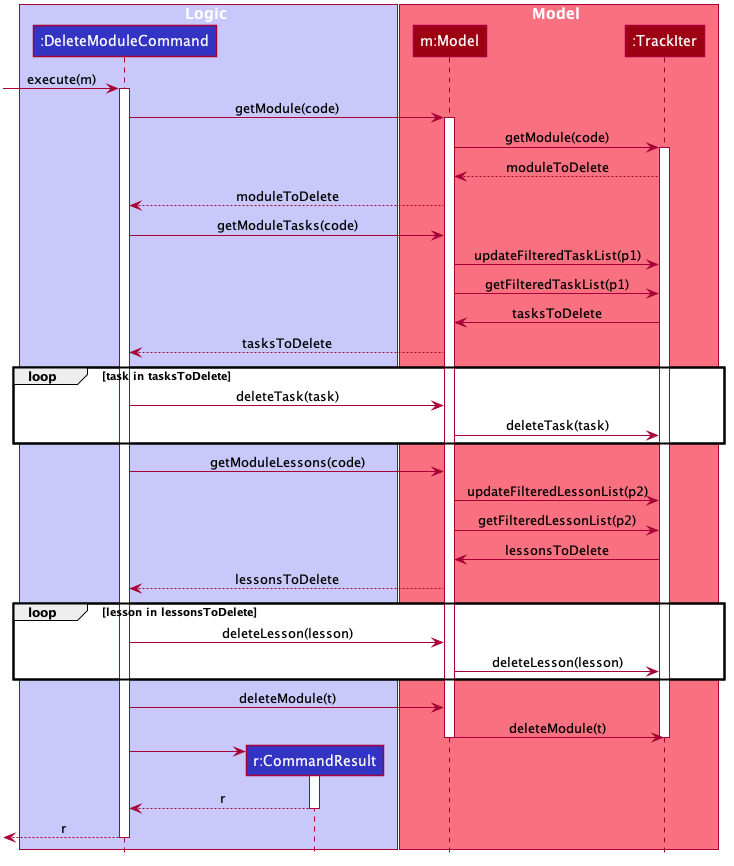
Before: docs/images/DeleteModuleSequenceDiagram.png, a diagram exported from PlantUML (simonteozw/tp). Source of this version:
```plantuml
@startuml








skinparam BackgroundColor #FFFFFFF

skinparam Shadowing false

skinparam Class {
    FontColor #FFFFFF
    BorderThickness 1
    BorderColor #FFFFFF
    StereotypeFontColor #FFFFFF
    FontName Arial
    AttributeFontColor #FFFFFF
    AttributeIconSize 0
}

skinparam Actor {
    BorderColor #000000
    Color #000000
    FontName Arial
}

skinparam Sequence {
    MessageAlign center
    BoxFontSize 15
    BoxPadding 0
    BoxFontColor #FFFFFF
    FontName Arial
}

skinparam Participant {
    FontColor #FFFFFFF
    Padding 20
}

skinparam MinClassWidth 50
skinparam ParticipantPadding 10
skinparam Shadowing false
skinparam DefaultTextAlignment center
skinparam packageStyle Rectangle

hide footbox
hide members
hide circle

box Logic #C8C8FA
participant ":DeleteModuleCommand" as DeleteModuleCommand #3333C4
participant "r:CommandResult" as CommandResult #3333C4
end box

box Model #F97181
participant "m:Model" as Model #9D0012
participant ":TrackIter" as TrackIter #9D0012
end box

[-> DeleteModuleCommand : execute(m)
activate DeleteModuleCommand

DeleteModuleCommand -> Model : getModule(code)
activate Model
Model -> TrackIter : getModule(code)
activate TrackIter
TrackIter --> Model : moduleToDelete
Model --> DeleteModuleCommand : moduleToDelete

DeleteModuleCommand -> Model : getModuleTasks(code)
Model -> TrackIter : updateFilteredTaskList(p1)
Model -> TrackIter : getFilteredTaskList(p1)
TrackIter -> Model : tasksToDelete
Model --> DeleteModuleCommand : tasksToDelete

loop task in tasksToDelete
    DeleteModuleCommand -> Model : deleteTask(task)
    Model -> TrackIter : deleteTask(task)
end

DeleteModuleCommand -> Model : getModuleLessons(code)
Model -> TrackIter : updateFilteredLessonList(p2)
Model -> TrackIter : getFilteredLessonList(p2)
TrackIter -> Model : lessonsToDelete
Model --> DeleteModuleCommand : lessonsToDelete

loop lesson in lessonsToDelete
    DeleteModuleCommand -> Model : deleteLesson(lesson)
    Model -> TrackIter : deleteLesson(lesson)
end

DeleteModuleCommand -> Model : deleteModule(t)

Model -> TrackIter : deleteModule(t)


deactivate TrackIter

deactivate Model

create CommandResult
DeleteModuleCommand -> CommandResult
activate CommandResult

CommandResult --> DeleteModuleCommand : r
deactivate CommandResult

[<--DeleteModuleCommand : r
deactivate DeleteModuleCommand

@enduml
```
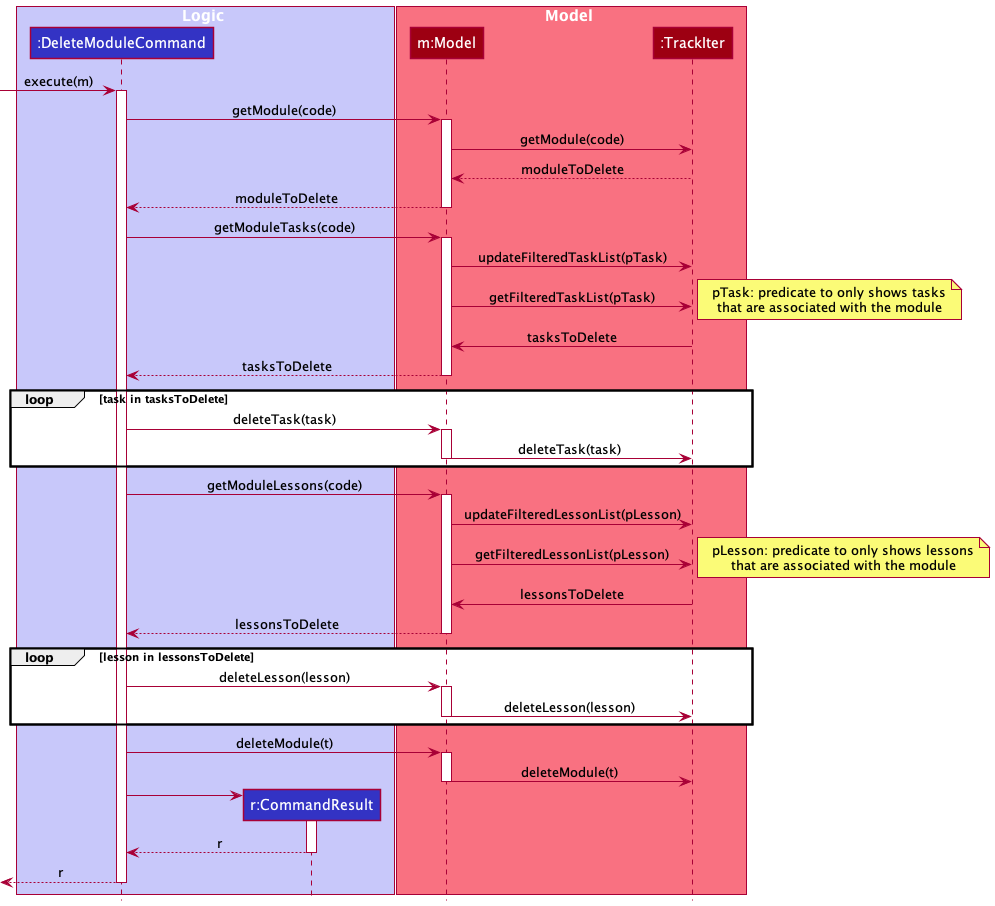
The same file after the commit.

Change to the diagram source:
```diff
@@ -1,63 +1,14 @@
 @startuml
+!include style.puml
 
-
-
-
-
-
-
-
-skinparam BackgroundColor #FFFFFFF
-
-skinparam Shadowing false
-
-skinparam Class {
-    FontColor #FFFFFF
-    BorderThickness 1
-    BorderColor #FFFFFF
-    StereotypeFontColor #FFFFFF
-    FontName Arial
-    AttributeFontColor #FFFFFF
-    AttributeIconSize 0
-}
-
-skinparam Actor {
-    BorderColor #000000
-    Color #000000
-    FontName Arial
-}
-
-skinparam Sequence {
-    MessageAlign center
-    BoxFontSize 15
-    BoxPadding 0
-    BoxFontColor #FFFFFF
-    FontName Arial
-}
-
-skinparam Participant {
-    FontColor #FFFFFFF
-    Padding 20
-}
-
-skinparam MinClassWidth 50
-skinparam ParticipantPadding 10
-skinparam Shadowing false
-skinparam DefaultTextAlignment center
-skinparam packageStyle Rectangle
-
-hide footbox
-hide members
-hide circle
-
-box Logic #C8C8FA
-participant ":DeleteModuleCommand" as DeleteModuleCommand #3333C4
-participant "r:CommandResult" as CommandResult #3333C4
+box Logic LOGIC_COLOR_T1
+participant ":DeleteModuleCommand" as DeleteModuleCommand LOGIC_COLOR
+participant "r:CommandResult" as CommandResult LOGIC_COLOR
 end box
 
-box Model #F97181
-participant "m:Model" as Model #9D0012
-participant ":TrackIter" as TrackIter #9D0012
+box Model MODEL_COLOR_T1
+participant "m:Model" as Model MODEL_COLOR
+participant ":TrackIter" as TrackIter MODEL_COLOR
 end box
 
 [-> DeleteModuleCommand : execute(m)
@@ -66,40 +17,54 @@
 DeleteModuleCommand -> Model : getModule(code)
 activate Model
 Model -> TrackIter : getModule(code)
-activate TrackIter
 TrackIter --> Model : moduleToDelete
 Model --> DeleteModuleCommand : moduleToDelete
+deactivate Model
 
 DeleteModuleCommand -> Model : getModuleTasks(code)
-Model -> TrackIter : updateFilteredTaskList(p1)
-Model -> TrackIter : getFilteredTaskList(p1)
+activate Model
+Model -> TrackIter : updateFilteredTaskList(pTask)
+Model -> TrackIter : getFilteredTaskList(pTask)
+note right
+pTask: predicate to only shows tasks
+that are associated with the module
+end note
 TrackIter -> Model : tasksToDelete
 Model --> DeleteModuleCommand : tasksToDelete
+deactivate Model
 
 loop task in tasksToDelete
     DeleteModuleCommand -> Model : deleteTask(task)
+    activate Model
     Model -> TrackIter : deleteTask(task)
+deactivate Model
 end
 
 DeleteModuleCommand -> Model : getModuleLessons(code)
-Model -> TrackIter : updateFilteredLessonList(p2)
-Model -> TrackIter : getFilteredLessonList(p2)
+activate Model
+Model -> TrackIter : updateFilteredLessonList(pLesson)
+Model -> TrackIter : getFilteredLessonList(pLesson)
+note right
+pLesson: predicate to only shows lessons
+that are associated with the module
+end note
 TrackIter -> Model : lessonsToDelete
 Model --> DeleteModuleCommand : lessonsToDelete
+deactivate Model
 
 loop lesson in lessonsToDelete
     DeleteModuleCommand -> Model : deleteLesson(lesson)
+    activate Model
     Model -> TrackIter : deleteLesson(lesson)
+deactivate Model
 end
 
 DeleteModuleCommand -> Model : deleteModule(t)
-
+activate Model
 Model -> TrackIter : deleteModule(t)
+deactivate Model
 
 
-deactivate TrackIter
-
-deactivate Model
 
 create CommandResult
 DeleteModuleCommand -> CommandResult
```
